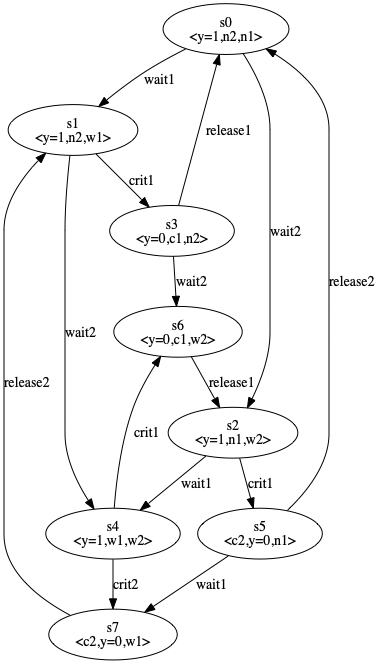
The Graphviz diagram transition_system_original.gv.png in mzdachuizhang/Invariant_checking_by_DFS, before a commit. Its source is kept beside it as transition_system_original.gv.
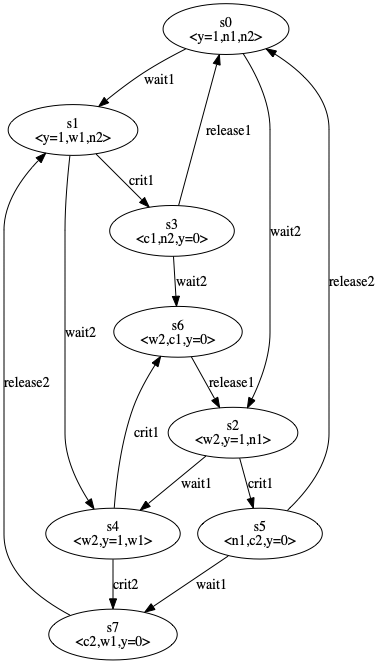
The same diagram one commit later.

What changed in the source:
```diff
@@ -1,20 +1,20 @@
 digraph {
 	s0 [label="s0
-<y=1,n2,n1>"]
+<y=1,n1,n2>"]
 	s1 [label="s1
-<y=1,n2,w1>"]
+<y=1,w1,n2>"]
 	s2 [label="s2
-<y=1,n1,w2>"]
+<w2,y=1,n1>"]
 	s3 [label="s3
-<y=0,c1,n2>"]
+<c1,n2,y=0>"]
 	s4 [label="s4
-<y=1,w1,w2>"]
+<w2,y=1,w1>"]
 	s5 [label="s5
-<c2,y=0,n1>"]
+<n1,c2,y=0>"]
 	s6 [label="s6
-<y=0,c1,w2>"]
+<w2,c1,y=0>"]
 	s7 [label="s7
-<c2,y=0,w1>"]
+<c2,w1,y=0>"]
 	s0 -> s1 [label=wait1]
 	s0 -> s2 [label=wait2]
 	s1 -> s3 [label=crit1]
```
